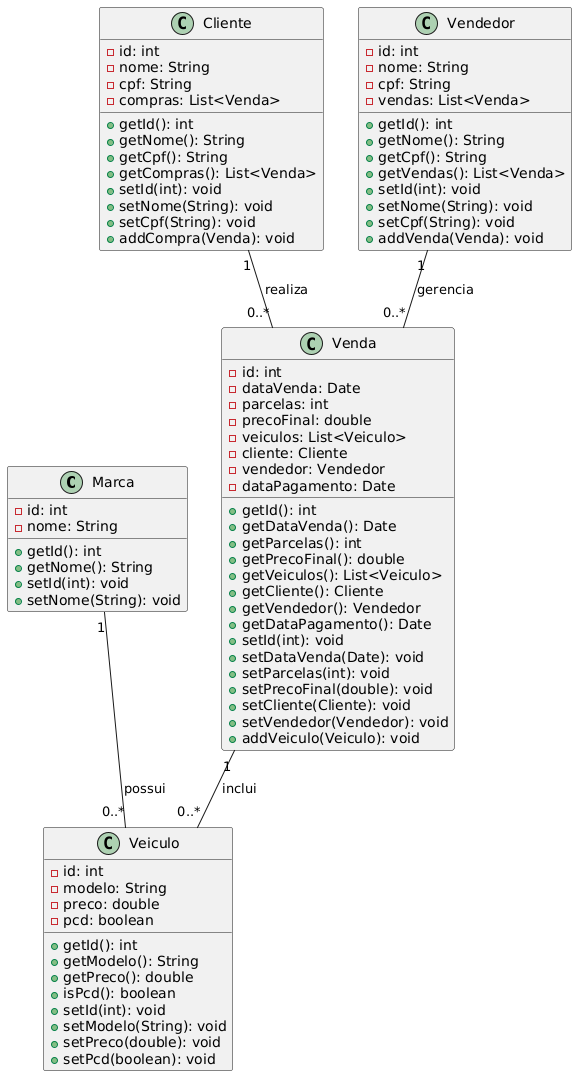
Before: PlantUML.png, a diagram exported from PlantUML (rafaelcolaco/FinalProject).
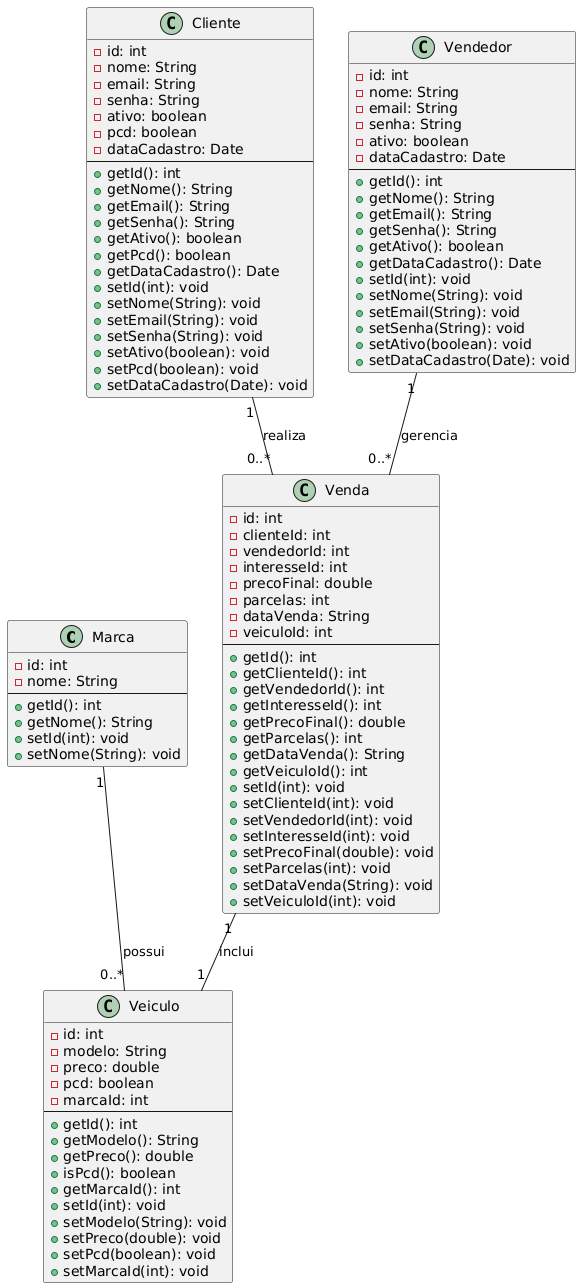
The same file after the commit.

The edit, as a diff of the source:
```diff
@@ -2,6 +2,7 @@
 class Marca {
     - id: int
     - nome: String
+    --
     + getId(): int
     + getNome(): String
     + setId(int): void
@@ -13,74 +14,97 @@
     - modelo: String
     - preco: double
     - pcd: boolean
+    - marcaId: int
+    --
     + getId(): int
     + getModelo(): String
     + getPreco(): double
     + isPcd(): boolean
+    + getMarcaId(): int
     + setId(int): void
     + setModelo(String): void
     + setPreco(double): void
     + setPcd(boolean): void
+    + setMarcaId(int): void
 }
 
 class Cliente {
     - id: int
     - nome: String
-    - cpf: String
-    - compras: List<Venda>
+    - email: String
+    - senha: String
+    - ativo: boolean
+    - pcd: boolean
+    - dataCadastro: Date
+    --
     + getId(): int
     + getNome(): String
-    + getCpf(): String
-    + getCompras(): List<Venda>
+    + getEmail(): String
+    + getSenha(): String
+    + getAtivo(): boolean
+    + getPcd(): boolean
+    + getDataCadastro(): Date
     + setId(int): void
     + setNome(String): void
-    + setCpf(String): void
-    + addCompra(Venda): void
+    + setEmail(String): void
+    + setSenha(String): void
+    + setAtivo(boolean): void
+    + setPcd(boolean): void
+    + setDataCadastro(Date): void
 }
 
 class Vendedor {
     - id: int
     - nome: String
-    - cpf: String
-    - vendas: List<Venda>
+    - email: String
+    - senha: String
+    - ativo: boolean
+    - dataCadastro: Date
+    --
     + getId(): int
     + getNome(): String
-    + getCpf(): String
-    + getVendas(): List<Venda>
+    + getEmail(): String
+    + getSenha(): String
+    + getAtivo(): boolean
+    + getDataCadastro(): Date
     + setId(int): void
     + setNome(String): void
-    + setCpf(String): void
-    + addVenda(Venda): void
+    + setEmail(String): void
+    + setSenha(String): void
+    + setAtivo(boolean): void
+    + setDataCadastro(Date): void
 }
 
 class Venda {
     - id: int
-    - dataVenda: Date
+    - clienteId: int
+    - vendedorId: int
+    - interesseId: int
+    - precoFinal: double
     - parcelas: int
-    - precoFinal: double
-    - veiculos: List<Veiculo>
-    - cliente: Cliente
-    - vendedor: Vendedor
-    - dataPagamento: Date
+    - dataVenda: String
+    - veiculoId: int
+    --
     + getId(): int
-    + getDataVenda(): Date
+    + getClienteId(): int
+    + getVendedorId(): int
+    + getInteresseId(): int
+    + getPrecoFinal(): double
     + getParcelas(): int
-    + getPrecoFinal(): double
-    + getVeiculos(): List<Veiculo>
-    + getCliente(): Cliente
-    + getVendedor(): Vendedor
-    + getDataPagamento(): Date
+    + getDataVenda(): String
+    + getVeiculoId(): int
     + setId(int): void
-    + setDataVenda(Date): void
+    + setClienteId(int): void
+    + setVendedorId(int): void
+    + setInteresseId(int): void
+    + setPrecoFinal(double): void
     + setParcelas(int): void
-    + setPrecoFinal(double): void
-    + setCliente(Cliente): void
-    + setVendedor(Vendedor): void
-    + addVeiculo(Veiculo): void
+    + setDataVenda(String): void
+    + setVeiculoId(int): void
 }
 
 Marca "1" -- "0..*" Veiculo : possui
 Cliente "1" -- "0..*" Venda : realiza
 Vendedor "1" -- "0..*" Venda : gerencia
-Venda "1" -- "0..*" Veiculo : inclui
+Venda "1" -- "1" Veiculo : inclui
 @enduml
```
